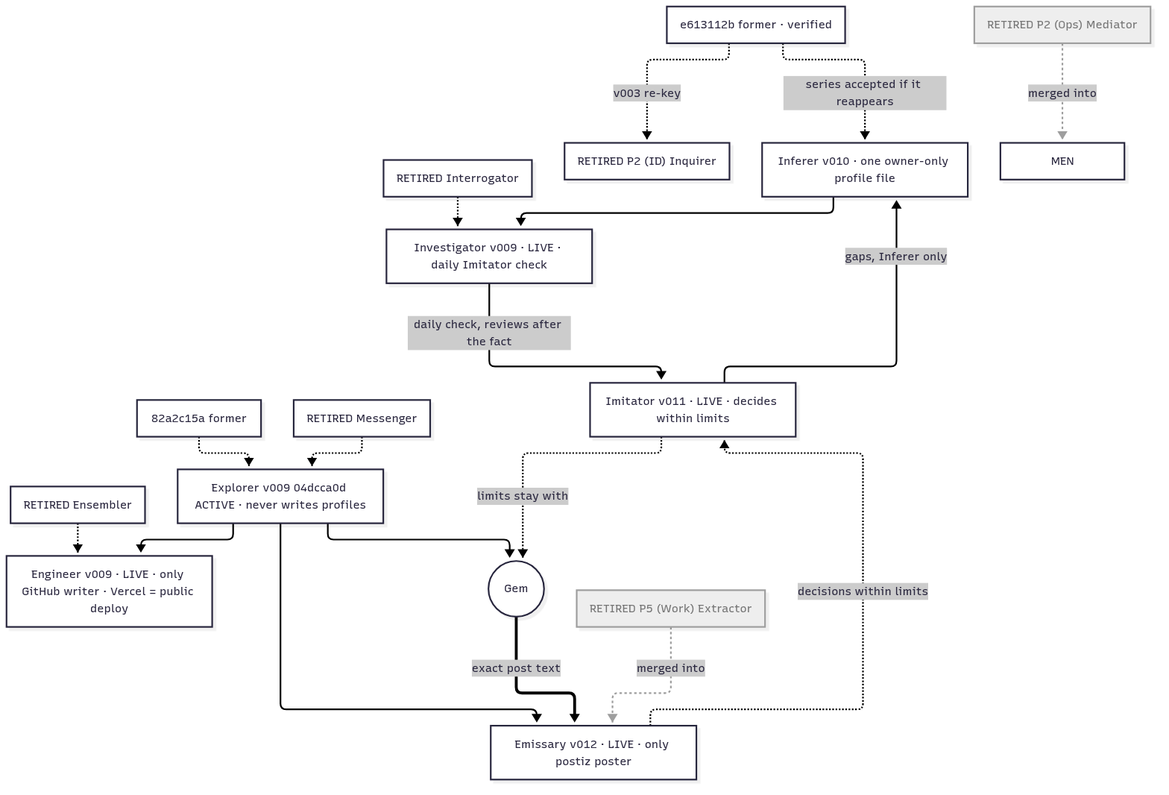
The Mermaid diagram governance/cartography/role-map-detail-identity-work.png in gemquota/gvmw, before a commit. Its source is kept beside it as governance/cartography/role-map-detail-identity-work.mmd.
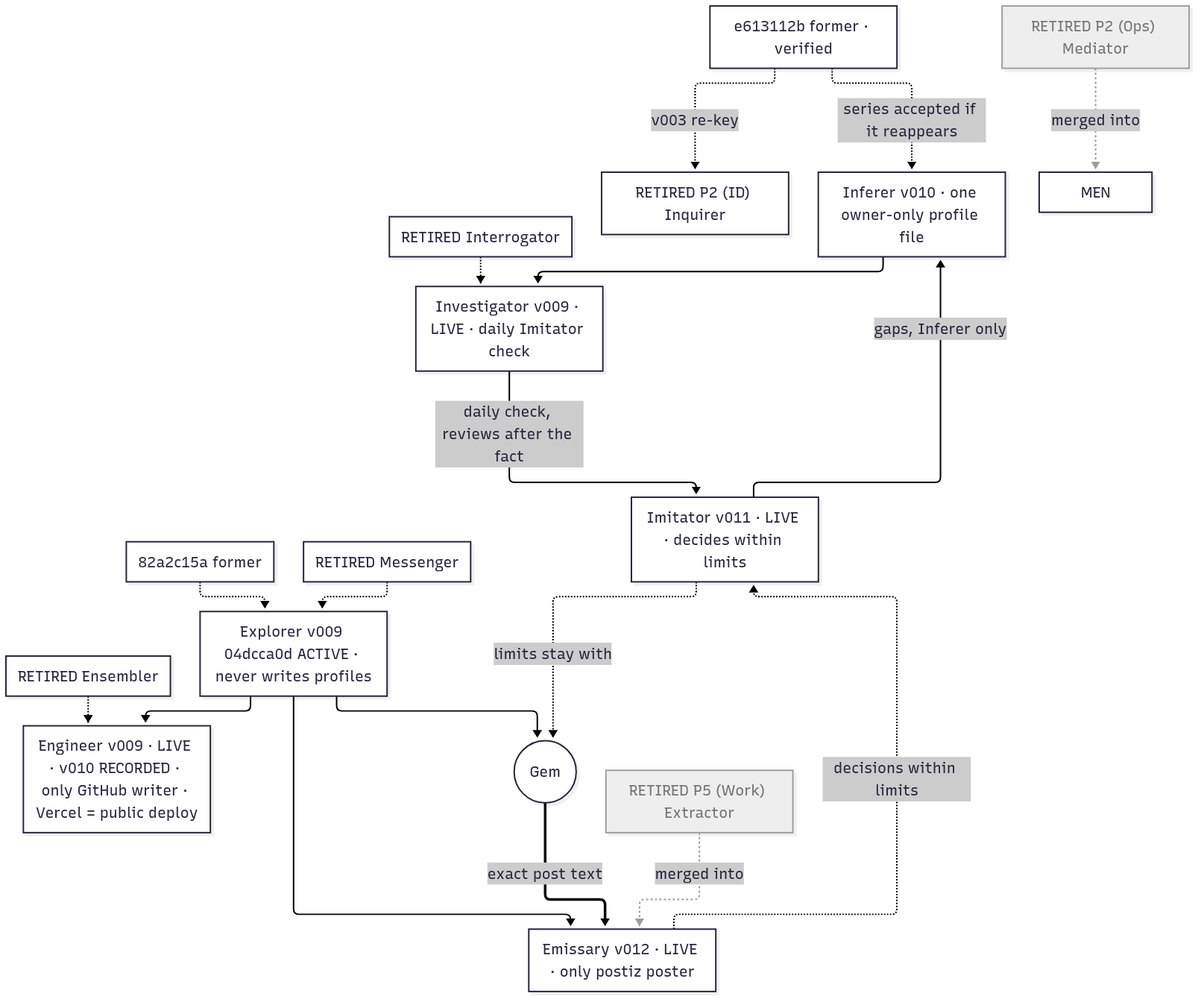
The same file after the commit.

What changed in the source:
```diff
@@ -9,7 +9,7 @@
   EXP0["82a2c15a former"] -.-> EXP["Explorer v009 04dcca0d ACTIVE · never writes profiles"]
   MSG["RETIRED Messenger"] -.-> EXP
   EXP --> EMI["Emissary v012 · LIVE · only postiz poster"]
-  EXP --> ENG["Engineer v009 · LIVE · only GitHub writer · Vercel = public deploy"]
+  EXP --> ENG["Engineer v009 · LIVE · v010 RECORDED · only GitHub writer · Vercel = public deploy"]
   EXT["RETIRED P5 (Work) Extractor"]
   EXP --> GEM
   MED["RETIRED P2 (Ops) Mediator"]
```
